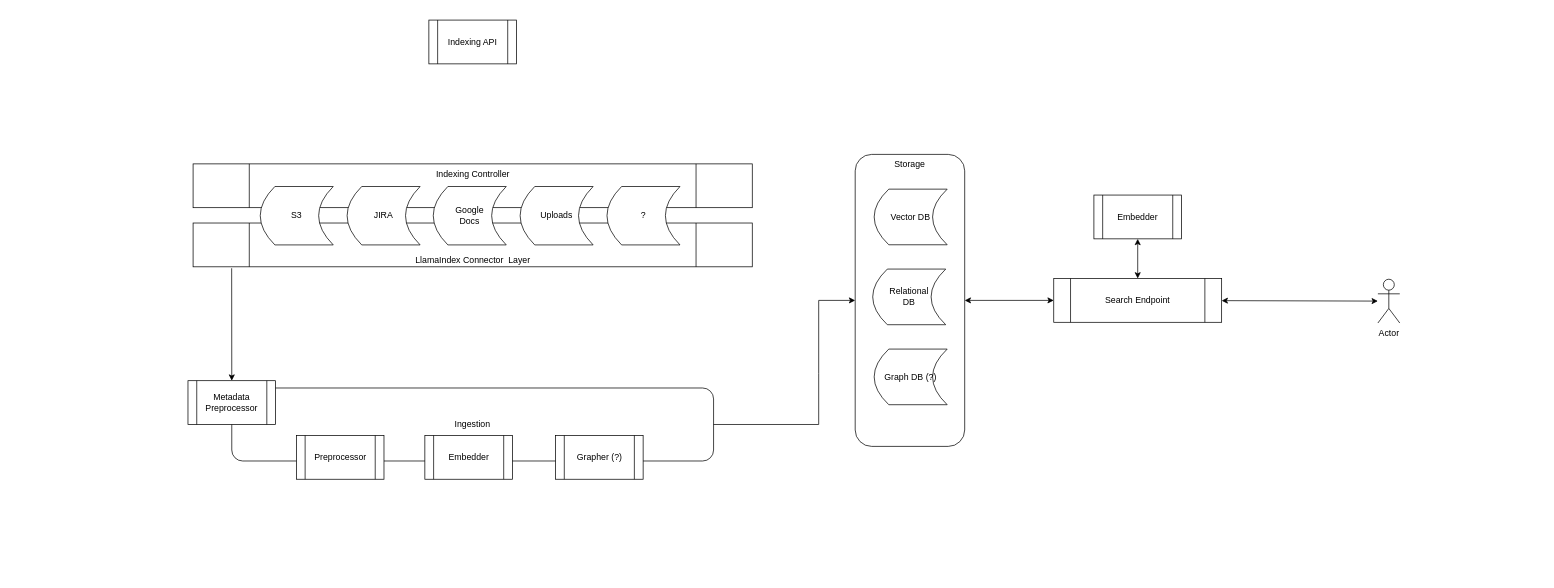
The draw.io diagram Untitled Diagram.drawio in amanrai/TuliusBackend, before the edit. Source tidied: cells renumbered, new cells numbered last; positions are measured from the earlier drawing's top-left corner, leaving out a move shared by most shapes. Both pictures are drawn from the tidied source at 73%, with x=0, y=0 at pixel (188, 20).
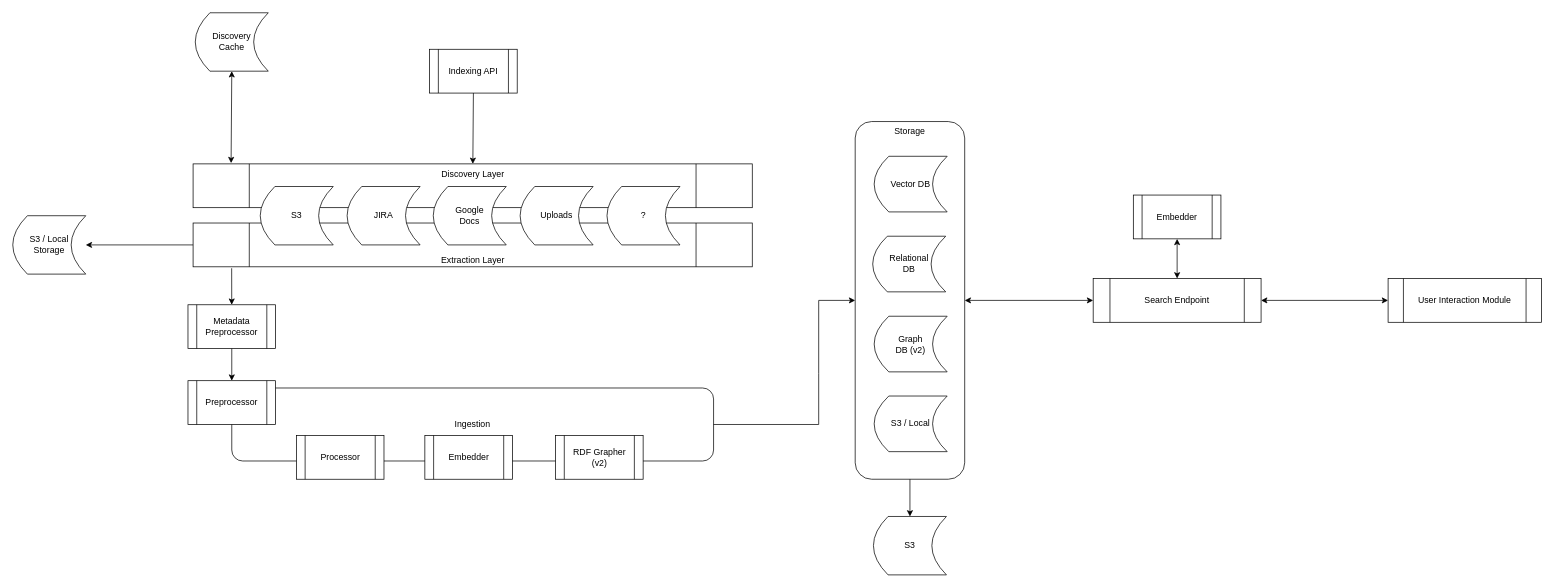
The same diagram, later.

What changed in the source:
```diff
@@
-    <mxCell id="2" value="Indexing Controller" style="shape=process;whiteSpace=wrap;html=1;backgroundOutline=1;verticalAlign=top;" parent="1" vertex="1">
+    <mxCell id="2" value="Discovery Layer" style="shape=process;whiteSpace=wrap;html=1;backgroundOutline=1;verticalAlign=top;" parent="1" vertex="1">
       <mxGeometry x="7" y="197" width="766" height="60" as="geometry" />
     </mxCell>
@@
-    <mxCell id="4" value="Metadata Preprocessor" style="shape=process;whiteSpace=wrap;html=1;backgroundOutline=1;" parent="1" vertex="1">
+    <mxCell id="4" value="Preprocessor" style="shape=process;whiteSpace=wrap;html=1;backgroundOutline=1;" parent="1" vertex="1">
       <mxGeometry y="494" width="120" height="60" as="geometry" />
     </mxCell>
-    <mxCell id="5" value="LlamaIndex Connector &amp;nbsp;Layer" style="shape=process;whiteSpace=wrap;html=1;backgroundOutline=1;verticalAlign=bottom;" parent="1" vertex="1">
+    <mxCell id="5" value="Extraction Layer" style="shape=process;whiteSpace=wrap;html=1;backgroundOutline=1;verticalAlign=bottom;" parent="1" vertex="1">
       <mxGeometry x="7" y="278" width="766" height="60" as="geometry" />
     </mxCell>
-    <mxCell id="6" style="endArrow=classic;html=1;rounded=0;entryX=0.5;entryY=0;entryDx=0;entryDy=0;exitX=0.069;exitY=1.033;exitDx=0;exitDy=0;exitPerimeter=0;" parent="1" edge="1" source="5" target="4">
+    <mxCell id="6" style="endArrow=classic;html=1;rounded=0;exitX=0.069;exitY=1.033;exitDx=0;exitDy=0;exitPerimeter=0;" parent="1" edge="1" source="5" target="29">
       <mxGeometry relative="1" as="geometry" />
     </mxCell>
@@
     <mxCell id="12" style="group;" parent="1" vertex="1">
-      <mxGeometry x="914" y="184" width="150" height="400" as="geometry" />
+      <mxGeometry x="914" y="139" width="150" height="490" as="geometry" />
     </mxCell>
     <mxCell id="13" value="Storage" style="rounded=1;whiteSpace=wrap;html=1;verticalAlign=top;" parent="12" vertex="1">
-      <mxGeometry width="150" height="400" as="geometry" />
+      <mxGeometry width="150" height="490" as="geometry" />
     </mxCell>
@@
-    <mxCell id="16" value="Graph DB (?)" style="shape=dataStorage;whiteSpace=wrap;html=1;fixedSize=1;" parent="12" vertex="1">
+    <mxCell id="16" value="Graph &lt;br&gt;DB (v2)" style="shape=dataStorage;whiteSpace=wrap;html=1;fixedSize=1;" parent="12" vertex="1">
       <mxGeometry x="26" y="266.7" width="100" height="76.2" as="geometry" />
     </mxCell>
+    <mxCell id="28" value="S3 / Local" style="shape=dataStorage;whiteSpace=wrap;html=1;fixedSize=1;" parent="12" vertex="1">
+      <mxGeometry x="26" y="376" width="100" height="76.2" as="geometry" />
+    </mxCell>
-    <mxCell id="17" value="Preprocessor" style="shape=process;whiteSpace=wrap;html=1;backgroundOutline=1;" parent="1" vertex="1">
+    <mxCell id="17" value="Processor" style="shape=process;whiteSpace=wrap;html=1;backgroundOutline=1;" parent="1" vertex="1">
       <mxGeometry x="148.5" y="569" width="120" height="60" as="geometry" />
     </mxCell>
@@
-    <mxCell id="19" value="Grapher (?)" style="shape=process;whiteSpace=wrap;html=1;backgroundOutline=1;" parent="1" vertex="1">
+    <mxCell id="19" value="RDF Grapher (v2)" style="shape=process;whiteSpace=wrap;html=1;backgroundOutline=1;" parent="1" vertex="1">
       <mxGeometry x="503.5" y="569" width="120" height="60" as="geometry" />
     </mxCell>
@@
     <mxCell id="21" value="Search Endpoint" style="shape=process;whiteSpace=wrap;html=1;backgroundOutline=1;" parent="1" vertex="1">
-      <mxGeometry x="1186" y="354" width="230" height="60" as="geometry" />
+      <mxGeometry x="1240" y="354" width="230" height="60" as="geometry" />
     </mxCell>
     <mxCell id="22" value="Embedder" style="shape=process;whiteSpace=wrap;html=1;backgroundOutline=1;" parent="1" vertex="1">
-      <mxGeometry x="1241" y="239.7" width="120" height="60" as="geometry" />
+      <mxGeometry x="1295" y="239.7" width="120" height="60" as="geometry" />
     </mxCell>
@@
-    <mxCell id="25" value="Actor" style="shape=umlActor;verticalLabelPosition=bottom;verticalAlign=top;html=1;outlineConnect=0;" parent="1" vertex="1">
-      <mxGeometry x="1630" y="355" width="30" height="60" as="geometry" />
-    </mxCell>
-    <mxCell id="26" style="endArrow=classic;startArrow=classic;html=1;rounded=0;" parent="1" edge="1" source="21" target="25">
+    <mxCell id="26" style="endArrow=classic;startArrow=classic;html=1;rounded=0;entryX=0;entryY=0.5;entryDx=0;entryDy=0;" parent="1" edge="1" source="21" target="31">
       <mxGeometry relative="1" as="geometry" />
     </mxCell>
     <mxCell id="27" value="Indexing API" style="shape=process;whiteSpace=wrap;html=1;backgroundOutline=1;" parent="1" vertex="1">
-      <mxGeometry x="330" width="120" height="60" as="geometry" />
+      <mxGeometry x="331" y="40" width="120" height="60" as="geometry" />
     </mxCell>
+    <mxCell id="29" value="Metadata Preprocessor" style="shape=process;whiteSpace=wrap;html=1;backgroundOutline=1;" parent="1" vertex="1">
+      <mxGeometry y="390" width="120" height="60" as="geometry" />
+    </mxCell>
+    <mxCell id="30" style="endArrow=classic;html=1;rounded=0;exitX=0.5;exitY=1;exitDx=0;exitDy=0;entryX=0.5;entryY=0;entryDx=0;entryDy=0;" parent="1" edge="1" source="29" target="4">
+      <mxGeometry relative="1" as="geometry" />
+    </mxCell>
+    <mxCell id="31" value="User Interaction Module" style="shape=process;whiteSpace=wrap;html=1;backgroundOutline=1;" parent="1" vertex="1">
+      <mxGeometry x="1644" y="354" width="210" height="60" as="geometry" />
+    </mxCell>
+    <mxCell id="32" value="S3 / Local Storage" style="shape=dataStorage;whiteSpace=wrap;html=1;fixedSize=1;" parent="1" vertex="1">
+      <mxGeometry x="-240" y="268" width="100" height="80" as="geometry" />
+    </mxCell>
+    <mxCell id="33" style="endArrow=classic;html=1;rounded=0;exitX=0;exitY=0.5;exitDx=0;exitDy=0;" parent="1" edge="1" source="5" target="32">
+      <mxGeometry relative="1" as="geometry" />
+    </mxCell>
+    <mxCell id="34" value="S3" style="shape=dataStorage;whiteSpace=wrap;html=1;fixedSize=1;" parent="1" vertex="1">
+      <mxGeometry x="939" y="680" width="100" height="80" as="geometry" />
+    </mxCell>
+    <mxCell id="35" style="endArrow=classic;html=1;rounded=0;entryX=0.5;entryY=0;entryDx=0;entryDy=0;exitX=0.5;exitY=1;exitDx=0;exitDy=0;" parent="1" edge="1" source="13" target="34">
+      <mxGeometry relative="1" as="geometry" />
+    </mxCell>
+    <mxCell id="36" style="endArrow=classic;html=1;rounded=0;exitX=0.5;exitY=1;exitDx=0;exitDy=0;" parent="1" edge="1" source="27" target="2">
+      <mxGeometry relative="1" as="geometry" />
+    </mxCell>
+    <mxCell id="37" value="Discovery &lt;br&gt;Cache" style="shape=dataStorage;whiteSpace=wrap;html=1;fixedSize=1;" parent="1" vertex="1">
+      <mxGeometry x="10" y="-10" width="100" height="80" as="geometry" />
+    </mxCell>
+    <mxCell id="38" style="endArrow=classic;html=1;rounded=0;entryX=0.5;entryY=1;entryDx=0;entryDy=0;exitX=0.068;exitY=-0.017;exitDx=0;exitDy=0;exitPerimeter=0;startArrow=classic;startFill=1;" parent="1" edge="1" source="2" target="37">
+      <mxGeometry relative="1" as="geometry" />
+    </mxCell>
```
